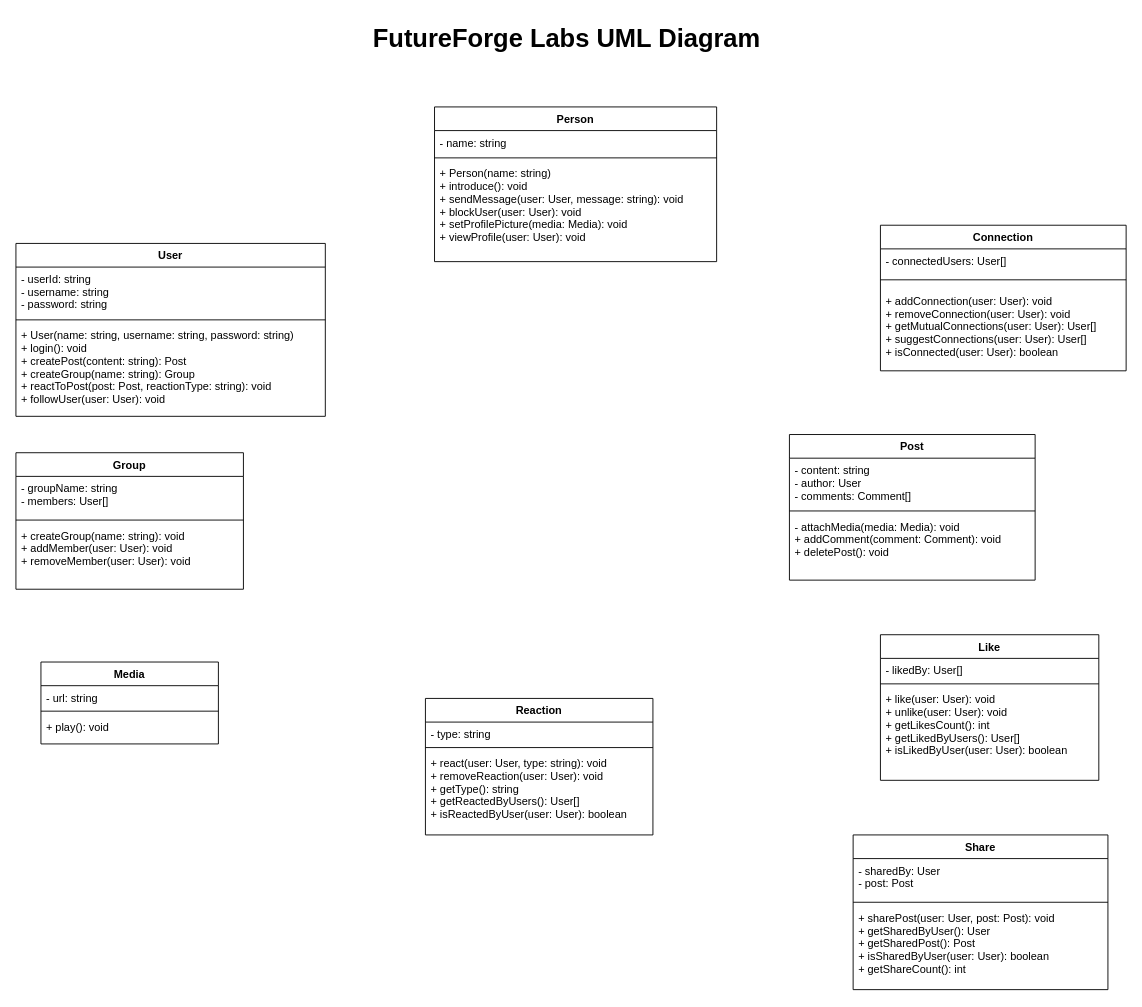
Earlier version of the draw.io diagram docs/futureforge/futureforgeuml.drawio (BlazerLabs/CSC-3105-22-23-Project-Repo). Source tidied: cells renumbered, new cells numbered last; positions are measured from the earlier drawing's top-left corner, leaving out a move shared by most shapes. Both pictures are drawn from the tidied source at 91%, with x=0, y=0 at pixel (15, 15).
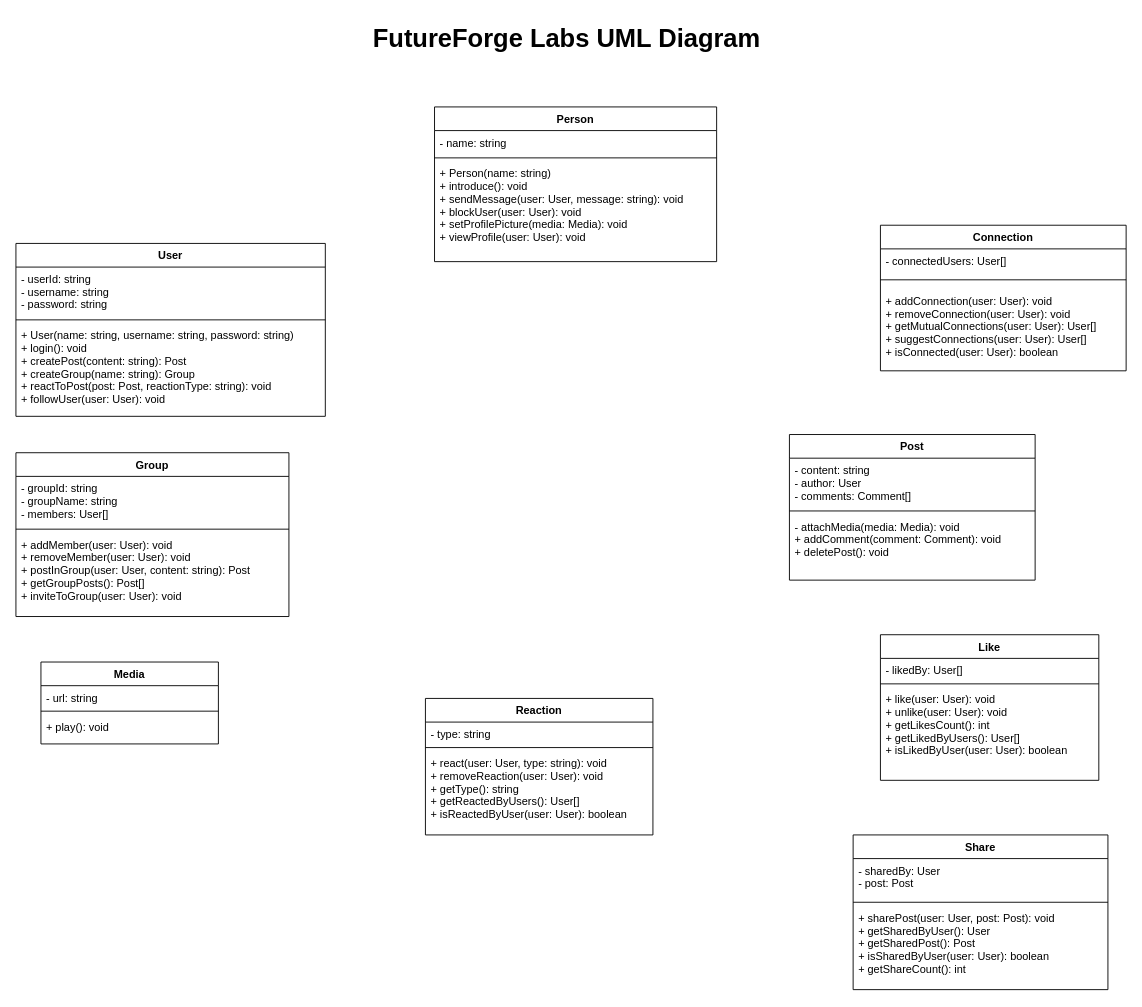
The same page after the edit.

Commit message:
Updated the Group UML Diagram

Change to the diagram source:
```diff
@@
     <mxCell id="19" value="Group" style="swimlane;fontStyle=1;align=center;verticalAlign=top;horizontal=1;startSize=26;" parent="1" vertex="1">
-      <mxGeometry y="480" width="250" height="150" as="geometry" />
+      <mxGeometry y="480" width="300" height="180" as="geometry" />
     </mxCell>
-    <mxCell id="20" value="- groupName: string&#10;- members: User[]" style="text;strokeColor=none;fillColor=none;align=left;verticalAlign=top;spacingLeft=4;spacingRight=4;overflow=hidden;" parent="19" vertex="1">
-      <mxGeometry y="26" width="250" height="44" as="geometry" />
+    <mxCell id="20" value="- groupId: string                                      &#10; - groupName: string                                    &#10; - members: User[]" style="text;strokeColor=none;fillColor=none;align=left;verticalAlign=top;spacingLeft=4;spacingRight=4;overflow=hidden;" parent="19" vertex="1">
+      <mxGeometry y="26" width="300" height="54" as="geometry" />
     </mxCell>
     <mxCell id="21" style="line;strokeWidth=1;fillColor=none;align=left;verticalAlign=middle;spacingTop=-1;spacingLeft=3;spacingRight=3;labelPosition=right;strokeColor=inherit;" parent="19" vertex="1">
-      <mxGeometry y="70" width="250" height="8" as="geometry" />
+      <mxGeometry y="80" width="300" height="8" as="geometry" />
     </mxCell>
-    <mxCell id="22" value="+ createGroup(name: string): void&#10;+ addMember(user: User): void&#10;+ removeMember(user: User): void" style="text;strokeColor=none;fillColor=none;align=left;verticalAlign=top;spacingLeft=4;spacingRight=4;overflow=hidden;" parent="19" vertex="1">
-      <mxGeometry y="78" width="250" height="72" as="geometry" />
+    <mxCell id="22" value="+ addMember(user: User): void                          &#10; + removeMember(user: User): void                       &#10; + postInGroup(user: User, content: string): Post       &#10; + getGroupPosts(): Post[]                              &#10; + inviteToGroup(user: User): void" style="text;strokeColor=none;fillColor=none;align=left;verticalAlign=top;spacingLeft=4;spacingRight=4;overflow=hidden;" parent="19" vertex="1">
+      <mxGeometry y="88" width="300" height="92" as="geometry" />
     </mxCell>
```
